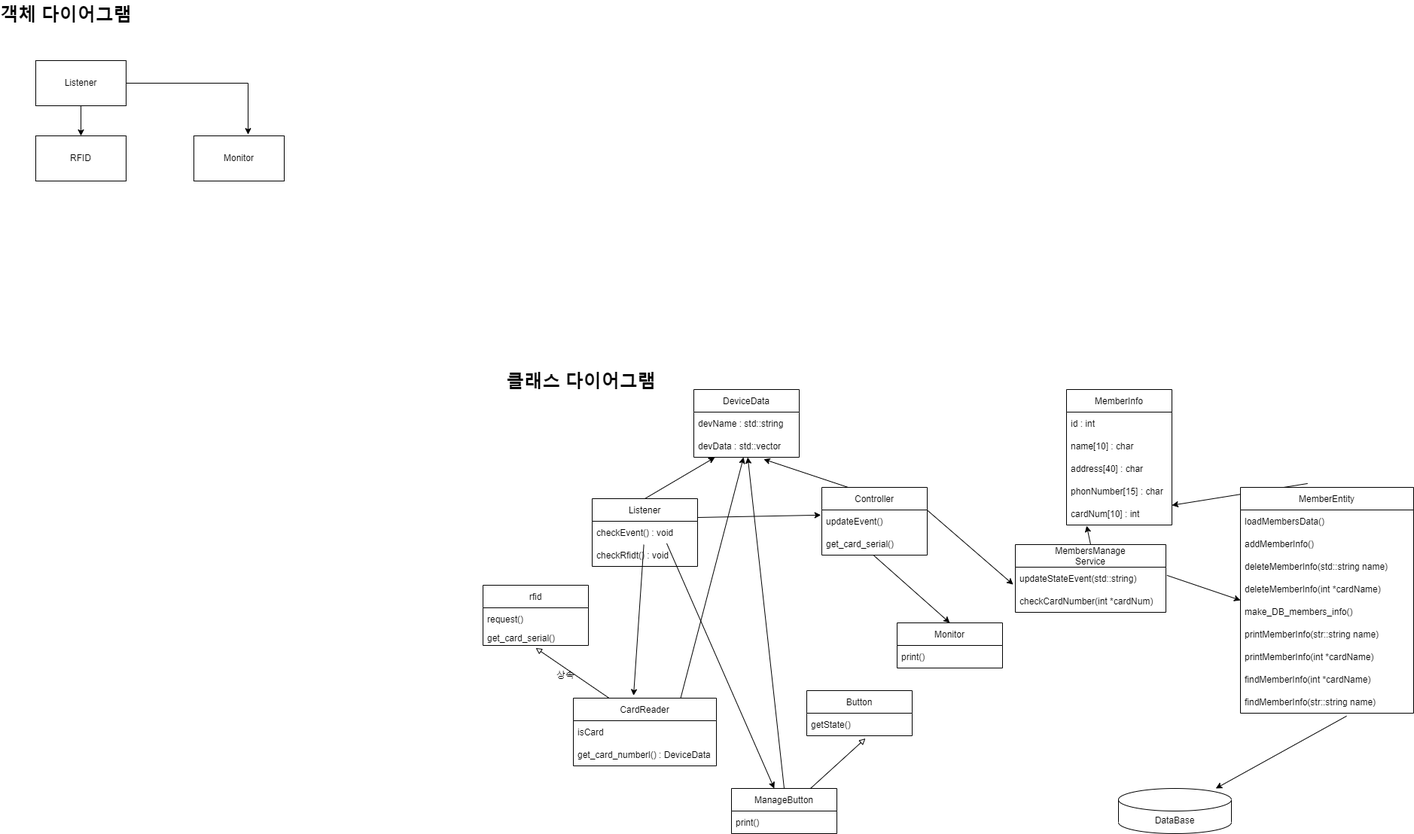
316415/GolfMembershipManage_Search keeps this draw.io diagram as sw architecture design.png. Above is the earlier version. Source tidied: cells renumbered, new cells last; positions are measured from the earlier drawing's top-left corner, leaving out a move shared by most shapes.
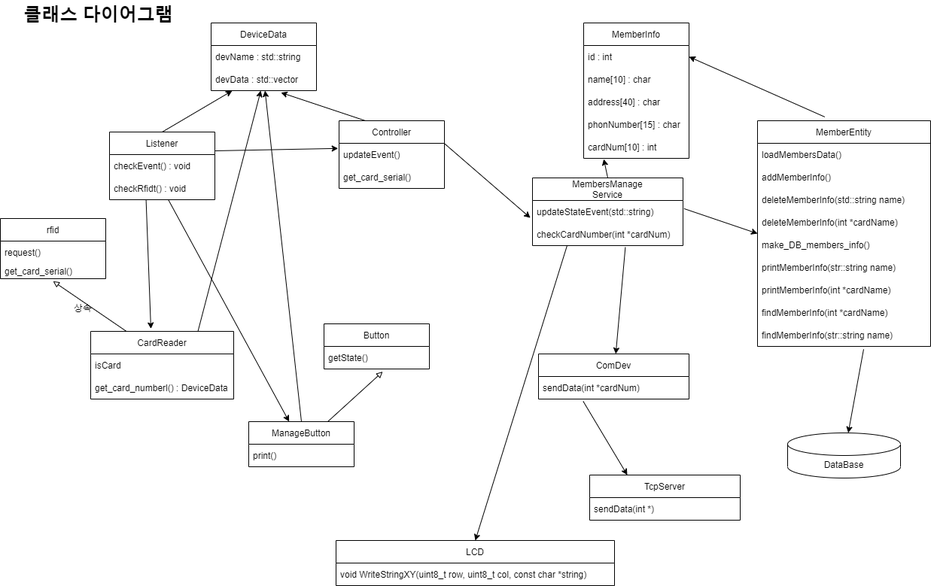
Later version of the same file.

What changed in the source:
```diff
@@ -2,25 +2,6 @@
   <root>
     <mxCell id="0" />
     <mxCell id="1" parent="0" />
-    <mxCell id="2" value="Listener" style="rounded=0;whiteSpace=wrap;html=1;" parent="1" vertex="1">
-      <mxGeometry x="10" y="80" width="120" height="60" as="geometry" />
-    </mxCell>
-    <mxCell id="3" value="RFID" style="rounded=0;whiteSpace=wrap;html=1;" parent="1" vertex="1">
-      <mxGeometry x="10" y="180" width="120" height="60" as="geometry" />
-    </mxCell>
-    <mxCell id="4" style="endArrow=classic;html=1;exitX=0.5;exitY=1;exitDx=0;exitDy=0;entryX=0.5;entryY=0;entryDx=0;entryDy=0;" parent="1" edge="1" source="2" target="3">
-      <mxGeometry relative="1" as="geometry" />
-    </mxCell>
-    <mxCell id="5" value="Monitor" style="rounded=0;whiteSpace=wrap;html=1;" parent="1" vertex="1">
-      <mxGeometry x="220" y="180" width="120" height="60" as="geometry" />
-    </mxCell>
-    <mxCell id="6" style="endArrow=classic;html=1;exitX=1;exitY=0.5;exitDx=0;exitDy=0;entryX=0.6;entryY=-0.03;entryDx=0;entryDy=0;entryPerimeter=0;rounded=0;" parent="1" edge="1" source="2" target="5">
-      <mxGeometry relative="1" as="geometry">
-        <Array as="points">
-          <mxPoint x="292" y="110" />
-        </Array>
-      </mxGeometry>
-    </mxCell>
     <mxCell id="7" style="edgeStyle=none;html=1;exitX=0.5;exitY=0;exitDx=0;exitDy=0;entryX=0.2;entryY=1.007;entryDx=0;entryDy=0;entryPerimeter=0;endArrow=classic;endFill=1;" parent="1" edge="1" source="8" target="27">
       <mxGeometry relative="1" as="geometry" />
     </mxCell>
@@ -42,20 +23,17 @@
     <mxCell id="13" value="get_card_serial()" style="text;strokeColor=none;fillColor=none;align=left;verticalAlign=middle;spacingLeft=4;spacingRight=4;overflow=hidden;points=[[0,0.5],[1,0.5]];portConstraint=eastwest;" parent="11" vertex="1">
       <mxGeometry y="60" width="140" height="20" as="geometry" />
     </mxCell>
-    <mxCell id="14" value="Monitor" style="swimlane;fontStyle=0;horizontal=1;startSize=30;" parent="1" vertex="1">
-      <mxGeometry x="1154" y="827" width="140" height="60" as="geometry" />
+    <mxCell id="14" value="LCD" style="swimlane;fontStyle=0;horizontal=1;startSize=30;" parent="1" vertex="1">
+      <mxGeometry x="1050" y="1205" width="370" height="60" as="geometry" />
     </mxCell>
-    <mxCell id="15" value="print()" style="text;strokeColor=none;fillColor=none;align=left;verticalAlign=middle;spacingLeft=4;spacingRight=4;overflow=hidden;" parent="14" vertex="1">
-      <mxGeometry y="30" width="140" height="30" as="geometry" />
+    <mxCell id="15" value="void WriteStringXY(uint8_t row, uint8_t col, const char *string)" style="text;strokeColor=none;fillColor=none;align=left;verticalAlign=middle;spacingLeft=4;spacingRight=4;overflow=hidden;" parent="14" vertex="1">
+      <mxGeometry y="30" width="370" height="30" as="geometry" />
     </mxCell>
     <mxCell id="16" style="endArrow=classic;html=1;exitX=1;exitY=0.5;exitDx=0;exitDy=0;rounded=0;entryX=-0.009;entryY=0.227;entryDx=0;entryDy=0;entryPerimeter=0;" parent="1" edge="1" target="22">
       <mxGeometry relative="1" as="geometry">
         <mxPoint x="889" y="687" as="sourcePoint" />
       </mxGeometry>
     </mxCell>
-    <mxCell id="17" value="객체 다이어그램" style="text;strokeColor=none;fillColor=none;html=1;fontSize=24;fontStyle=1;verticalAlign=middle;align=center;" parent="1" vertex="1">
-      <mxGeometry width="100" height="40" as="geometry" />
-    </mxCell>
     <mxCell id="18" value="클래스 다이어그램" style="text;strokeColor=none;fillColor=none;html=1;fontSize=24;fontStyle=1;verticalAlign=middle;align=center;" parent="1" vertex="1">
       <mxGeometry x="684" y="487" width="100" height="40" as="geometry" />
     </mxCell>
@@ -74,7 +52,7 @@
     <mxCell id="23" value="get_card_serial()" style="text;strokeColor=none;fillColor=none;align=left;verticalAlign=middle;spacingLeft=4;spacingRight=4;overflow=hidden;points=[[0,0.5],[1,0.5]];portConstraint=eastwest;" parent="21" vertex="1">
       <mxGeometry y="60" width="140" height="30" as="geometry" />
     </mxCell>
-    <mxCell id="24" style="endArrow=classic;html=1;exitX=0.494;exitY=1.02;exitDx=0;exitDy=0;exitPerimeter=0;entryX=0.5;entryY=0;entryDx=0;entryDy=0;" parent="1" edge="1" source="23" target="14">
+    <mxCell id="24" style="endArrow=classic;html=1;exitX=0.229;exitY=1.02;exitDx=0;exitDy=0;exitPerimeter=0;entryX=0.5;entryY=0;entryDx=0;entryDy=0;" parent="1" edge="1" source="47" target="14">
       <mxGeometry relative="1" as="geometry" />
     </mxCell>
     <mxCell id="25" value="DeviceData" style="swimlane;fontStyle=0;horizontal=1;startSize=30;" parent="1" vertex="1">
@@ -89,7 +67,7 @@
     <mxCell id="28" style="edgeStyle=none;html=1;exitX=0.25;exitY=0;exitDx=0;exitDy=0;entryX=0.5;entryY=1.167;entryDx=0;entryDy=0;entryPerimeter=0;endArrow=block;endFill=0;" parent="1" edge="1" source="31" target="13">
       <mxGeometry relative="1" as="geometry" />
     </mxCell>
-    <mxCell id="29" style="edgeStyle=none;html=1;exitX=0.49;exitY=1.04;exitDx=0;exitDy=0;endArrow=classic;endFill=1;exitPerimeter=0;entryX=0.421;entryY=-0.038;entryDx=0;entryDy=0;entryPerimeter=0;" parent="1" edge="1" source="9" target="31">
+    <mxCell id="29" style="edgeStyle=none;html=1;exitX=0.347;exitY=1;exitDx=0;exitDy=0;endArrow=classic;endFill=1;exitPerimeter=0;entryX=0.421;entryY=-0.038;entryDx=0;entryDy=0;entryPerimeter=0;" parent="1" edge="1" source="10" target="31">
       <mxGeometry relative="1" as="geometry" />
     </mxCell>
     <mxCell id="30" style="edgeStyle=none;html=1;exitX=0.75;exitY=0;exitDx=0;exitDy=0;endArrow=classic;endFill=1;" parent="1" edge="1" source="31" target="27">
@@ -107,11 +85,11 @@
     <mxCell id="34" value="상속" style="text;html=1;strokeColor=none;fillColor=none;align=center;verticalAlign=middle;whiteSpace=wrap;rounded=0;" parent="1" vertex="1">
       <mxGeometry x="684" y="882" width="60" height="30" as="geometry" />
     </mxCell>
-    <mxCell id="35" style="edgeStyle=none;html=1;exitX=0.388;exitY=-0.017;exitDx=0;exitDy=0;exitPerimeter=0;" parent="1" edge="1" source="48" target="42">
+    <mxCell id="35" style="edgeStyle=none;html=1;exitX=0.388;exitY=-0.017;exitDx=0;exitDy=0;exitPerimeter=0;entryX=1;entryY=0.5;entryDx=0;entryDy=0;" parent="1" edge="1" source="48" target="38">
       <mxGeometry relative="1" as="geometry" />
     </mxCell>
     <mxCell id="36" value="DataBase" style="shape=cylinder3;whiteSpace=wrap;html=1;boundedLbl=1;backgroundOutline=1;size=15;" parent="1" vertex="1">
-      <mxGeometry x="1448" y="1047" width="150" height="60" as="geometry" />
+      <mxGeometry x="1650" y="1062" width="150" height="60" as="geometry" />
     </mxCell>
     <mxCell id="37" value="MemberInfo" style="swimlane;fontStyle=0;horizontal=1;startSize=30;" parent="1" vertex="1">
       <mxGeometry x="1379" y="517" width="140" height="180" as="geometry" />
@@ -137,6 +115,9 @@
     <mxCell id="44" style="edgeStyle=none;html=1;entryX=0;entryY=0.5;entryDx=0;entryDy=0;exitX=1.007;exitY=0.363;exitDx=0;exitDy=0;exitPerimeter=0;" parent="1" edge="1" source="46" target="48">
       <mxGeometry relative="1" as="geometry" />
     </mxCell>
+    <mxCell id="66" style="edgeStyle=none;html=1;exitX=0.617;exitY=1.073;exitDx=0;exitDy=0;exitPerimeter=0;" parent="1" edge="1" source="47" target="68">
+      <mxGeometry relative="1" as="geometry" />
+    </mxCell>
     <mxCell id="45" value="MembersManage&#10;Service" style="swimlane;fontStyle=0;horizontal=1;startSize=30;" parent="1" vertex="1">
       <mxGeometry x="1311" y="723" width="200" height="90" as="geometry" />
     </mxCell>
@@ -188,7 +169,7 @@
     <mxCell id="61" value="print()" style="text;strokeColor=none;fillColor=none;align=left;verticalAlign=middle;spacingLeft=4;spacingRight=4;overflow=hidden;" parent="60" vertex="1">
       <mxGeometry y="30" width="140" height="30" as="geometry" />
     </mxCell>
-    <mxCell id="62" style="endArrow=classic;html=1;exitX=0.707;exitY=0.98;exitDx=0;exitDy=0;exitPerimeter=0;" parent="1" edge="1" source="9" target="60">
+    <mxCell id="62" style="endArrow=classic;html=1;" parent="1" edge="1" source="10" target="60">
       <mxGeometry relative="1" as="geometry" />
     </mxCell>
     <mxCell id="63" style="edgeStyle=none;html=1;exitX=0.75;exitY=0;exitDx=0;exitDy=0;endArrow=block;endFill=0;entryX=0.557;entryY=1.12;entryDx=0;entryDy=0;entryPerimeter=0;" parent="1" edge="1" source="60" target="65">
@@ -200,5 +181,20 @@
     <mxCell id="65" value="getState()" style="text;strokeColor=none;fillColor=none;align=left;verticalAlign=middle;spacingLeft=4;spacingRight=4;overflow=hidden;points=[[0,0.5],[1,0.5]];portConstraint=eastwest;" parent="64" vertex="1">
       <mxGeometry y="30" width="140" height="30" as="geometry" />
     </mxCell>
+    <mxCell id="67" style="edgeStyle=none;html=1;exitX=0.297;exitY=1.1;exitDx=0;exitDy=0;exitPerimeter=0;entryX=0.25;entryY=0;entryDx=0;entryDy=0;" parent="1" edge="1" source="69" target="70">
+      <mxGeometry relative="1" as="geometry" />
+    </mxCell>
+    <mxCell id="68" value="ComDev" style="swimlane;fontStyle=0;horizontal=1;startSize=30;" parent="1" vertex="1">
+      <mxGeometry x="1319" y="957" width="200" height="60" as="geometry" />
+    </mxCell>
+    <mxCell id="69" value="sendData(int *cardNum)" style="text;strokeColor=none;fillColor=none;align=left;verticalAlign=middle;spacingLeft=4;spacingRight=4;overflow=hidden;points=[[0,0.5],[1,0.5]];portConstraint=eastwest;" parent="68" vertex="1">
+      <mxGeometry y="30" width="200" height="30" as="geometry" />
+    </mxCell>
+    <mxCell id="70" value="TcpServer" style="swimlane;fontStyle=0;horizontal=1;startSize=30;" parent="1" vertex="1">
+      <mxGeometry x="1387" y="1118" width="200" height="60" as="geometry" />
+    </mxCell>
+    <mxCell id="71" value="sendData(int *)" style="text;strokeColor=none;fillColor=none;align=left;verticalAlign=middle;spacingLeft=4;spacingRight=4;overflow=hidden;" parent="70" vertex="1">
+      <mxGeometry y="30" width="200" height="30" as="geometry" />
+    </mxCell>
   </root>
 </mxGraphModel>
```
